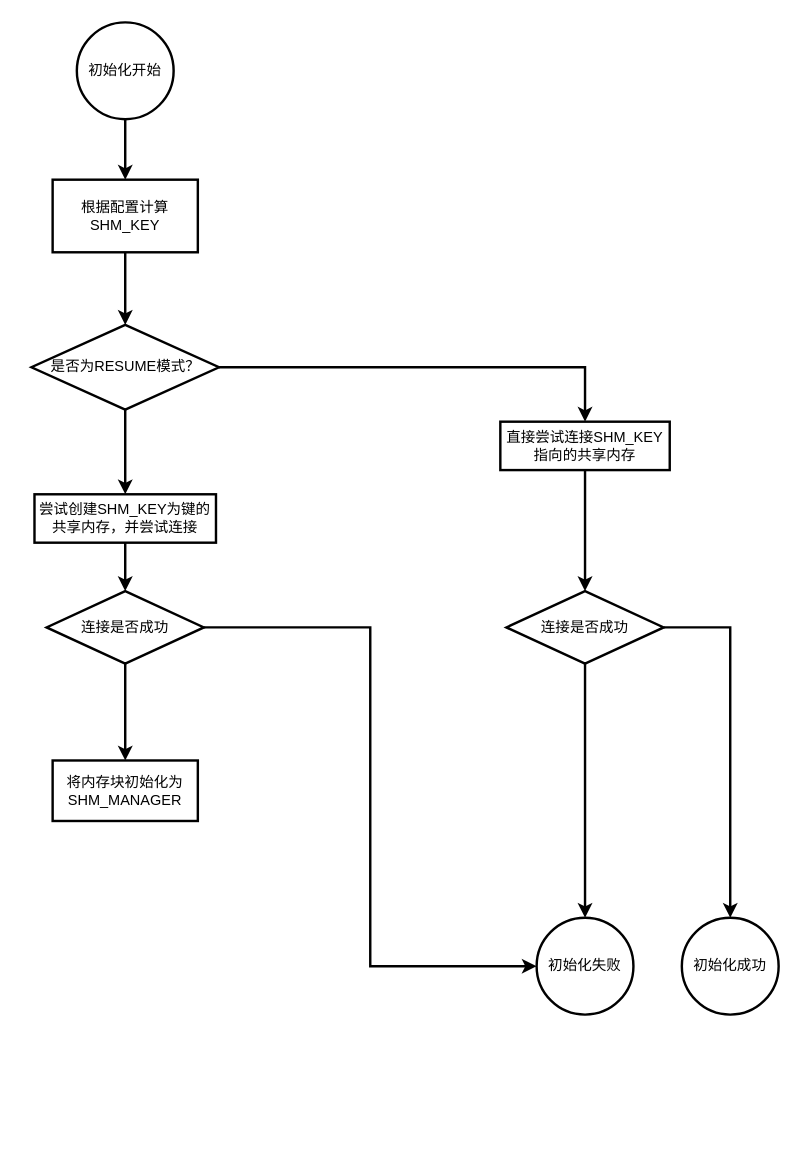
Above: LCT.drawio in FAKERINHEART/draw_folder (draw.io), before the change. Source tidied: cells renumbered, new cells numbered last; positions are measured from the earlier drawing's top-left corner, leaving out a move shared by most shapes. Both pictures are drawn from the tidied source at 121%, with x=0, y=0 at pixel (30, 22).
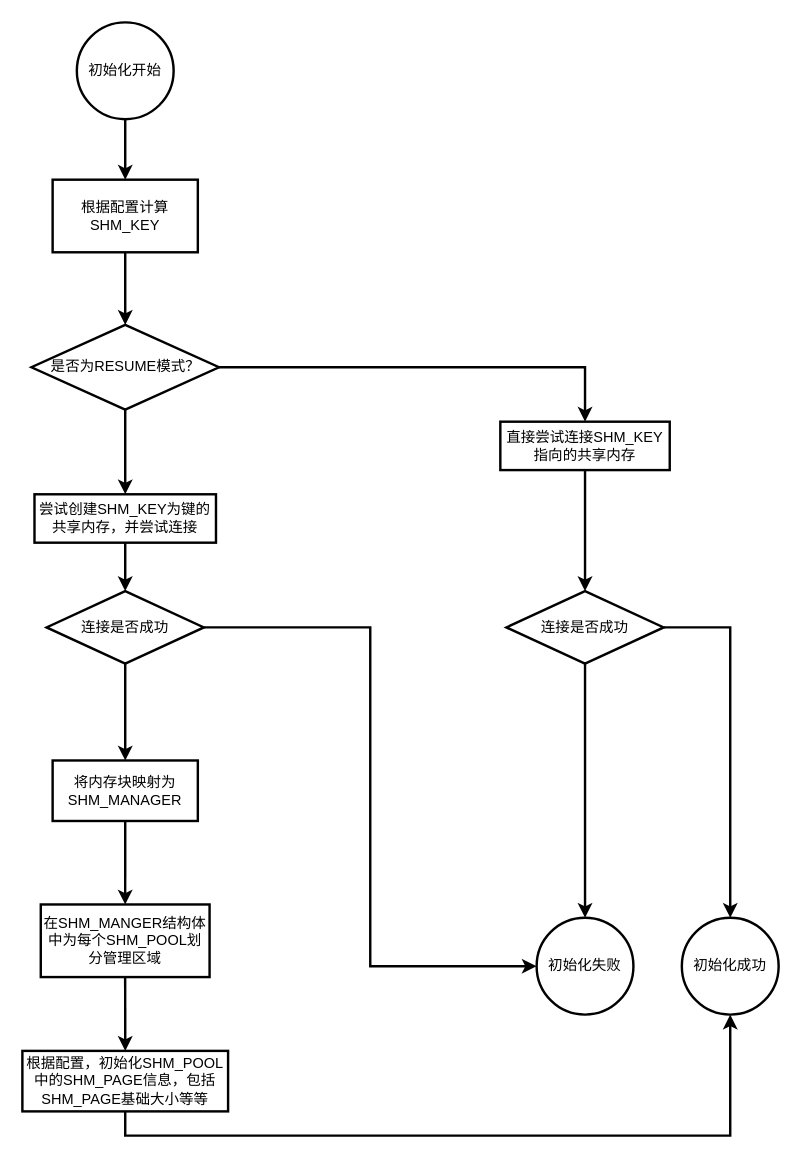
Above is the later version.

Unchanged cells that the change refers to:
```xml
<mxCell id="11" value="初始化成功" style="ellipse;whiteSpace=wrap;html=1;strokeWidth=2;align=center;" parent="1" vertex="1">
  <mxGeometry x="538" y="740" width="80" height="80" as="geometry" />
</mxCell>
```

What changed in the source:
```diff
@@
+    <mxCell id="22" style="edgeStyle=orthogonalEdgeStyle;rounded=0;jettySize=auto;html=1;exitX=0.5;exitY=1;exitDx=0;exitDy=0;entryX=0.5;entryY=0;entryDx=0;entryDy=0;strokeWidth=2;" parent="1" edge="1" source="21" target="24">
+      <mxGeometry relative="1" as="geometry" />
+    </mxCell>
-    <mxCell id="21" value="将内存块初始化为SHM_MANAGER" style="rounded=0;whiteSpace=wrap;html=1;strokeWidth=2;align=center;" parent="1" vertex="1">
+    <mxCell id="21" value="将内存块映射为SHM_MANAGER" style="rounded=0;whiteSpace=wrap;html=1;strokeWidth=2;align=center;" parent="1" vertex="1">
       <mxGeometry x="18" y="610" width="120" height="50" as="geometry" />
     </mxCell>
+    <mxCell id="23" style="edgeStyle=orthogonalEdgeStyle;rounded=0;jettySize=auto;html=1;exitX=0.5;exitY=1;exitDx=0;exitDy=0;entryX=0.5;entryY=0;entryDx=0;entryDy=0;strokeWidth=2;" parent="1" edge="1" source="24" target="26">
+      <mxGeometry relative="1" as="geometry" />
+    </mxCell>
+    <mxCell id="24" value="在SHM_MANGER结构体中为每个SHM_POOL划分管理区域" style="rounded=0;whiteSpace=wrap;html=1;strokeWidth=2;align=center;" parent="1" vertex="1">
+      <mxGeometry x="8.2" y="729" width="139.5" height="60" as="geometry" />
+    </mxCell>
+    <mxCell id="25" style="edgeStyle=orthogonalEdgeStyle;rounded=0;jettySize=auto;html=1;exitX=0.5;exitY=1;exitDx=0;exitDy=0;entryX=0.5;entryY=1;entryDx=0;entryDy=0;strokeWidth=2;" parent="1" edge="1" source="26" target="11">
+      <mxGeometry relative="1" as="geometry" />
+    </mxCell>
+    <mxCell id="26" value="&lt;span&gt;根据配置，初始化SHM_POOL中的SHM_PAGE信息，包括SHM_PAGE基础大小等等&lt;/span&gt;" style="rounded=0;whiteSpace=wrap;html=1;strokeWidth=2;align=center;" parent="1" vertex="1">
+      <mxGeometry x="-7" y="850" width="170" height="50" as="geometry" />
+    </mxCell>
```
